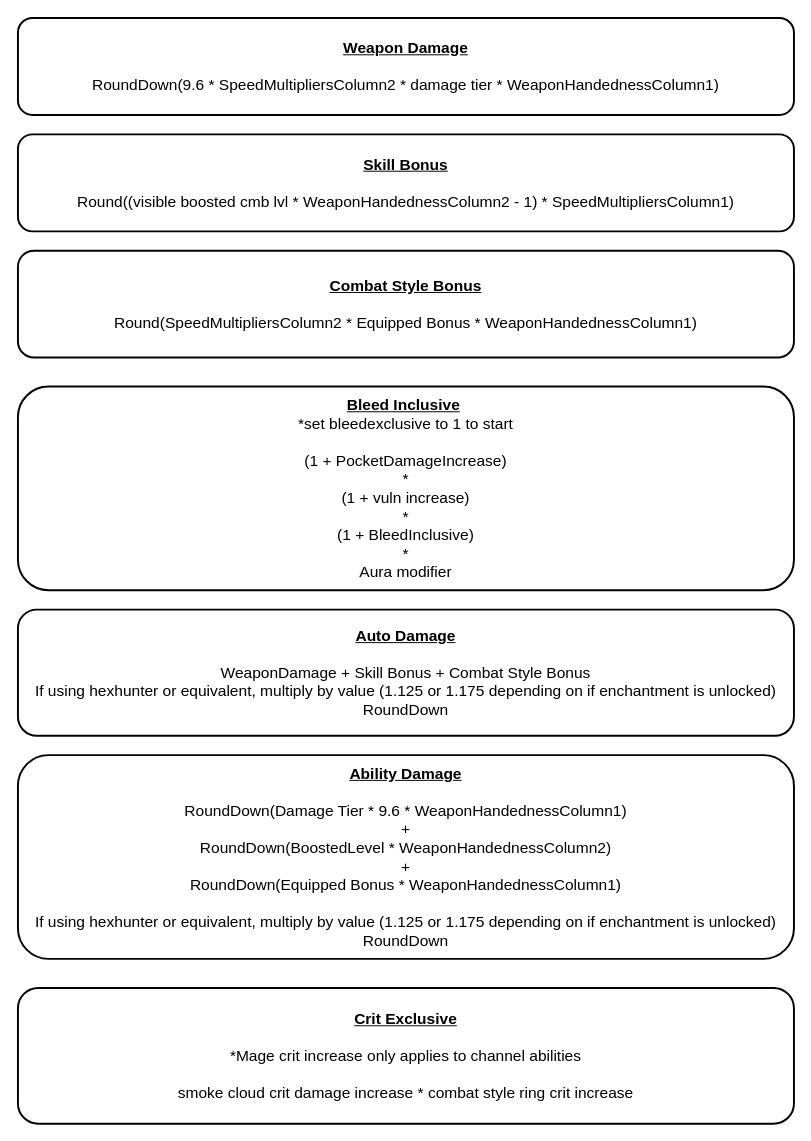
Before: page "BasicDamageDescriptions" (2 of 7) of RS3BossingLogDiagrams/AbilityTab/AbililtyFlowDiagrams.drawio in Xau-Tech/RuneScapeBossLogTool, a draw.io diagram. Source tidied: cells renumbered, new cells numbered last; positions are measured from the earlier drawing's top-left corner, leaving out a move shared by most shapes. Both pictures are drawn from the tidied source at 97%, with x=0, y=0 at pixel (17, 17).
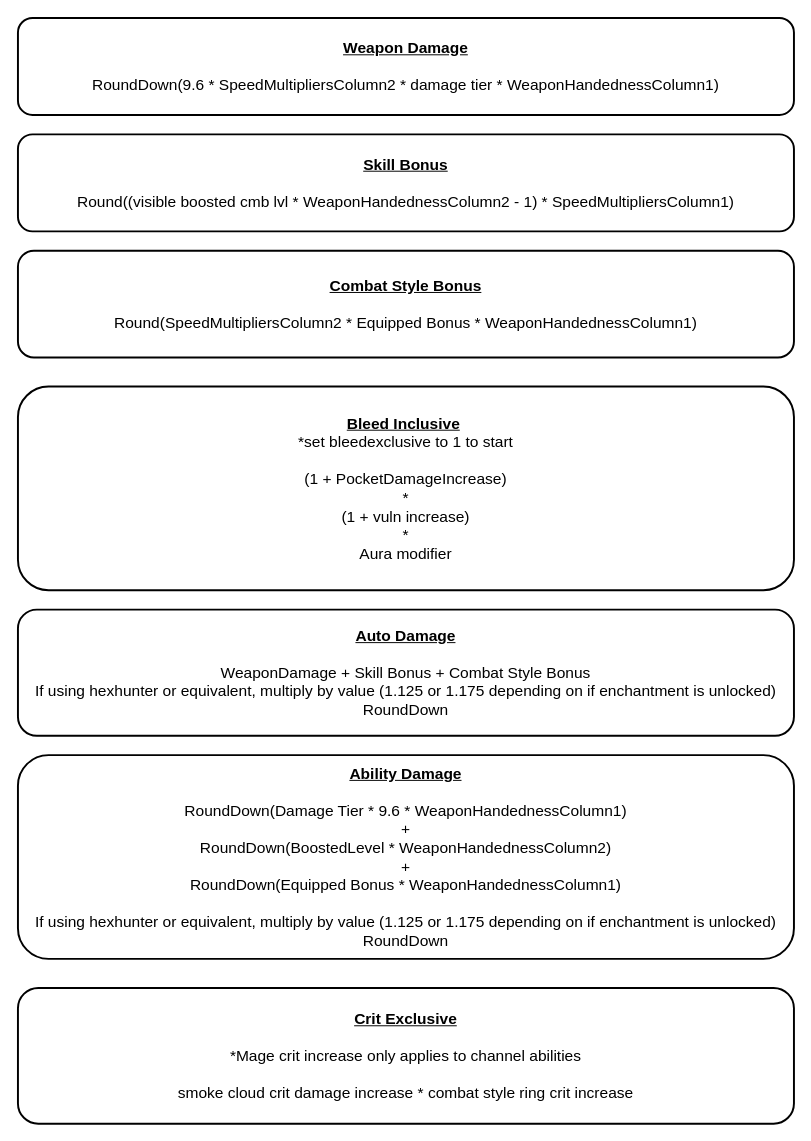
Above is the later version.

What changed in the source:
```diff
@@
 <mxGraphModel>
   <root>
     <mxCell id="0" />
     <mxCell id="1" parent="0" />
     <mxCell id="2" value="&lt;u style=&quot;font-weight: bold;&quot;&gt;Weapon Damage&lt;/u&gt;&lt;br&gt;&lt;br&gt;RoundDown(9.6 * SpeedMultipliersColumn2 * damage tier * WeaponHandednessColumn1)" style="text;html=1;strokeColor=default;fillColor=none;align=center;verticalAlign=middle;whiteSpace=wrap;rounded=1;strokeWidth=2;glass=0;fontSize=16;" parent="1" vertex="1">
       <mxGeometry width="800" height="100" as="geometry" />
     </mxCell>
     <mxCell id="3" value="&lt;u style=&quot;font-weight: bold;&quot;&gt;Skill Bonus&lt;/u&gt;&lt;br&gt;&lt;br&gt;Round((visible boosted cmb lvl * WeaponHandednessColumn2 - 1) * SpeedMultipliersColumn1)" style="text;html=1;strokeColor=default;fillColor=none;align=center;verticalAlign=middle;whiteSpace=wrap;rounded=1;strokeWidth=2;glass=0;fontSize=16;" parent="1" vertex="1">
       <mxGeometry y="120" width="800" height="100" as="geometry" />
     </mxCell>
     <mxCell id="4" value="&lt;u style=&quot;font-weight: bold;&quot;&gt;Combat Style Bonus&lt;/u&gt;&lt;br&gt;&lt;br&gt;Round(SpeedMultipliersColumn2 * Equipped Bonus * WeaponHandednessColumn1)" style="text;html=1;strokeColor=default;fillColor=none;align=center;verticalAlign=middle;whiteSpace=wrap;rounded=1;strokeWidth=2;glass=0;fontSize=16;" parent="1" vertex="1">
       <mxGeometry y="240" width="800" height="110" as="geometry" />
     </mxCell>
     <mxCell id="5" value="&lt;u style=&quot;font-weight: bold;&quot;&gt;Auto Damage&lt;/u&gt;&lt;br&gt;&lt;br&gt;WeaponDamage + Skill Bonus + Combat Style Bonus&lt;br&gt;If using hexhunter or equivalent, multiply by value (1.125 or 1.175 depending on if enchantment is unlocked)&lt;br&gt;RoundDown" style="text;html=1;strokeColor=default;fillColor=none;align=center;verticalAlign=middle;whiteSpace=wrap;rounded=1;strokeWidth=2;glass=0;fontSize=16;" parent="1" vertex="1">
       <mxGeometry y="610" width="800" height="130" as="geometry" />
     </mxCell>
     <mxCell id="6" value="&lt;u style=&quot;font-weight: bold;&quot;&gt;Ability Damage&lt;/u&gt;&lt;br&gt;&lt;br&gt;RoundDown(Damage Tier * 9.6 * WeaponHandednessColumn1)&lt;br&gt;+&lt;br&gt;RoundDown(BoostedLevel * WeaponHandednessColumn2)&lt;br&gt;+&lt;br&gt;RoundDown(Equipped Bonus * WeaponHandednessColumn1)&lt;br&gt;&lt;br&gt;If using hexhunter or equivalent, multiply by value (1.125 or 1.175 depending on if enchantment is unlocked)&lt;br&gt;RoundDown" style="text;html=1;strokeColor=default;fillColor=none;align=center;verticalAlign=middle;whiteSpace=wrap;rounded=1;strokeWidth=2;glass=0;fontSize=16;" parent="1" vertex="1">
       <mxGeometry y="760" width="800" height="210" as="geometry" />
     </mxCell>
-    <mxCell id="7" value="&lt;u style=&quot;font-weight: bold;&quot;&gt;Bleed Inclusive&lt;/u&gt;&amp;nbsp; &lt;br&gt;*set bleedexclusive to 1 to start&lt;br&gt;&lt;br&gt;(1 + PocketDamageIncrease)&lt;br&gt;*&lt;br&gt;(1 + vuln increase)&lt;br&gt;*&lt;br&gt;(1 + BleedInclusive)&lt;br&gt;*&lt;br&gt;Aura modifier" style="text;html=1;strokeColor=default;fillColor=none;align=center;verticalAlign=middle;whiteSpace=wrap;rounded=1;strokeWidth=2;glass=0;fontSize=16;" parent="1" vertex="1">
+    <mxCell id="7" value="&lt;u style=&quot;font-weight: bold;&quot;&gt;Bleed Inclusive&lt;/u&gt;&amp;nbsp; &lt;br&gt;*set bleedexclusive to 1 to start&lt;br&gt;&lt;br&gt;(1 + PocketDamageIncrease)&lt;br&gt;*&lt;br&gt;(1 + vuln increase)&lt;br&gt;*&lt;br&gt;Aura modifier" style="text;html=1;strokeColor=default;fillColor=none;align=center;verticalAlign=middle;whiteSpace=wrap;rounded=1;strokeWidth=2;glass=0;fontSize=16;" parent="1" vertex="1">
       <mxGeometry y="380" width="800" height="210" as="geometry" />
     </mxCell>
     <mxCell id="8" value="&lt;u style=&quot;font-weight: bold;&quot;&gt;Crit Exclusive&lt;/u&gt;&lt;br&gt;&lt;br&gt;*Mage crit increase only applies to channel abilities&lt;br&gt;&lt;br&gt;smoke cloud crit damage increase * combat style ring crit increase" style="text;html=1;strokeColor=default;fillColor=none;align=center;verticalAlign=middle;whiteSpace=wrap;rounded=1;strokeWidth=2;glass=0;fontSize=16;" parent="1" vertex="1">
       <mxGeometry y="1000" width="800" height="140" as="geometry" />
     </mxCell>
   </root>
 </mxGraphModel>
```
